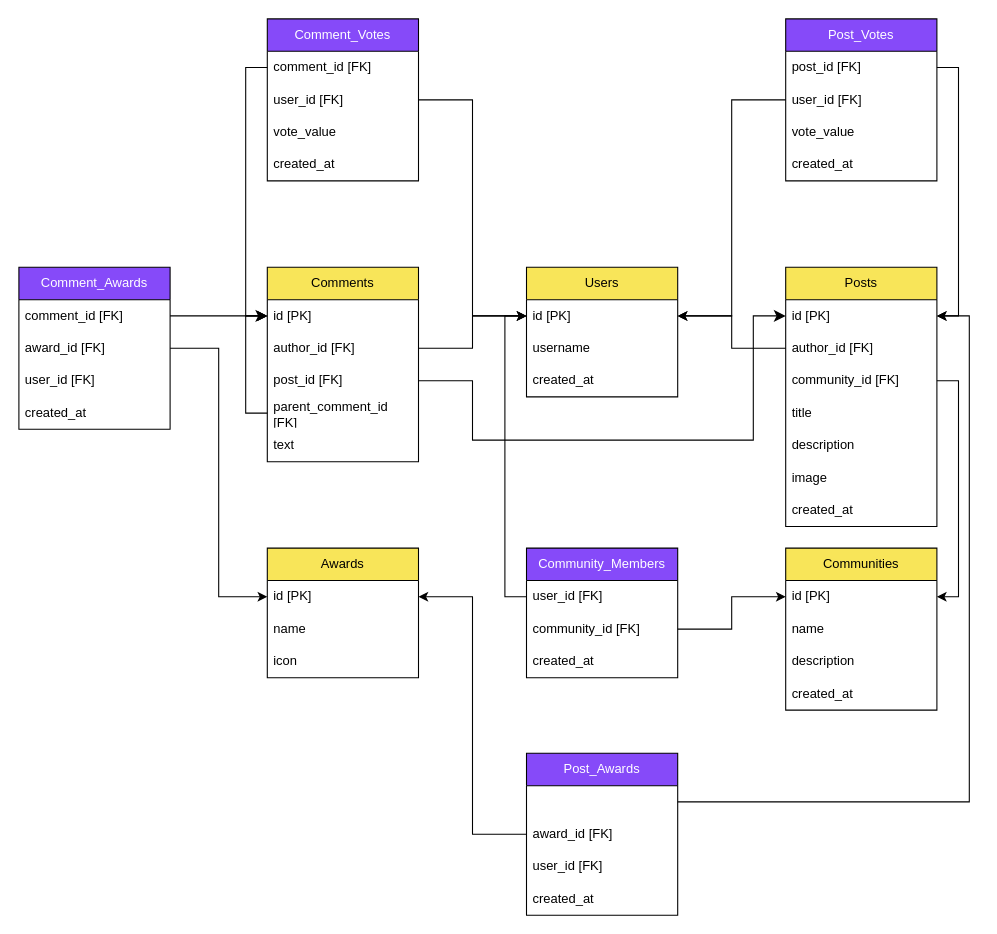
The draw.io diagram model/mini_reddit.drawio in adamrer/mini-reddit, before the edit. Source tidied: cells renumbered, new cells numbered last; positions are measured from the earlier drawing's top-left corner, leaving out a move shared by most shapes. Both pictures are drawn from the tidied source at 108%, with x=0, y=0 at pixel (18, 18).
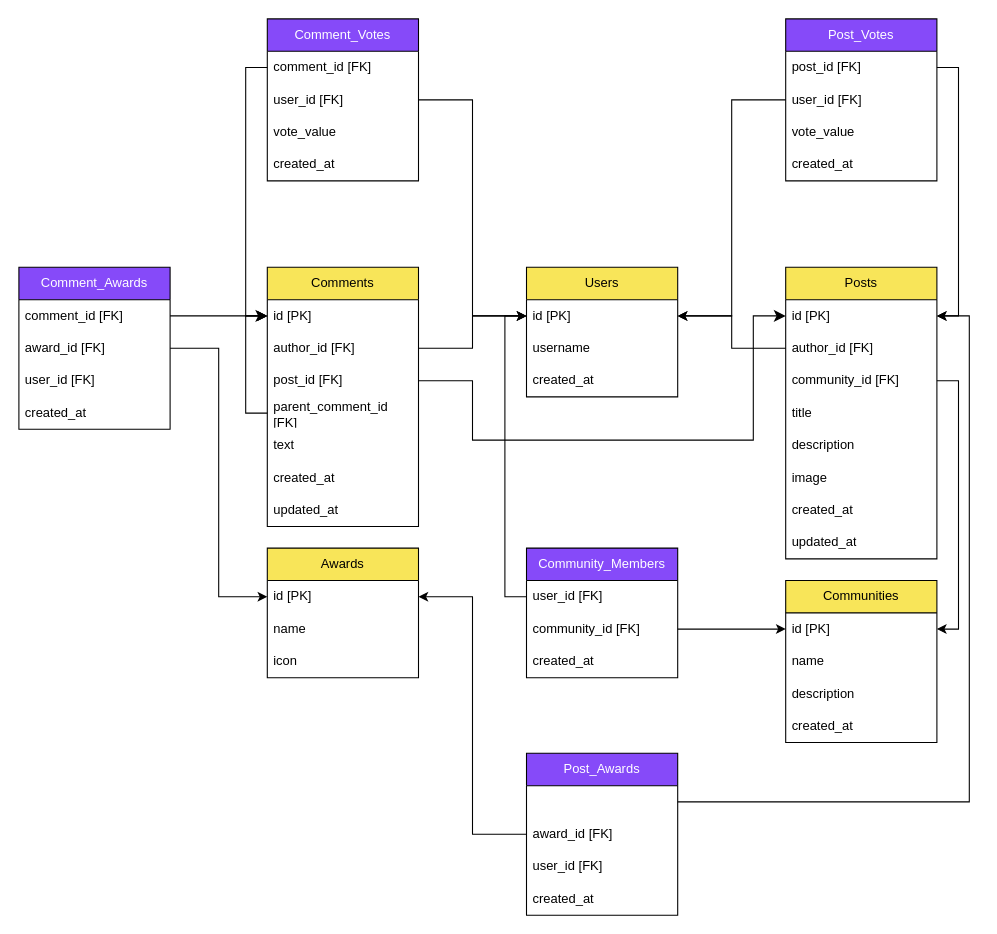
The same diagram, later.

What changed in the source:
```diff
@@
     <mxCell id="2" value="Comments" style="swimlane;fontStyle=0;horizontal=1;startSize=30;whiteSpace=wrap;html=1;fillColor=light-dark(#f8e559, #F8E559);fontColor=light-dark(#000000,#000000);" parent="1" vertex="1">
-      <mxGeometry x="230" y="230" width="140" height="180" as="geometry" />
+      <mxGeometry x="230" y="230" width="140" height="240" as="geometry" />
     </mxCell>
@@
+    <mxCell id="68" value="created_at" style="text;strokeColor=none;fillColor=none;align=left;verticalAlign=middle;spacingLeft=4;spacingRight=4;overflow=hidden;whiteSpace=wrap;html=1;" parent="2" vertex="1">
+      <mxGeometry y="180" width="140" height="30" as="geometry" />
+    </mxCell>
+    <mxCell id="69" value="updated_at" style="text;strokeColor=none;fillColor=none;align=left;verticalAlign=middle;spacingLeft=4;spacingRight=4;overflow=hidden;whiteSpace=wrap;html=1;" parent="2" vertex="1">
+      <mxGeometry y="210" width="140" height="30" as="geometry" />
+    </mxCell>
@@
     <mxCell id="13" value="Posts" style="swimlane;fontStyle=0;horizontal=1;startSize=30;whiteSpace=wrap;html=1;fillColor=light-dark(#f8e559, #F8E559);fontColor=light-dark(#000000,#000000);" parent="1" vertex="1">
-      <mxGeometry x="710" y="230" width="140" height="240" as="geometry" />
+      <mxGeometry x="710" y="230" width="140" height="270" as="geometry" />
     </mxCell>
@@
+    <mxCell id="70" value="updated_at" style="text;strokeColor=none;fillColor=none;align=left;verticalAlign=middle;spacingLeft=4;spacingRight=4;overflow=hidden;whiteSpace=wrap;html=1;" parent="13" vertex="1">
+      <mxGeometry y="240" width="140" height="30" as="geometry" />
+    </mxCell>
     <mxCell id="21" value="Communities" style="swimlane;fontStyle=0;horizontal=1;startSize=30;whiteSpace=wrap;html=1;fillColor=light-dark(#f8e559, #F8E559);fontColor=light-dark(#000000,#000000);" parent="1" vertex="1">
-      <mxGeometry x="710" y="490" width="140" height="150" as="geometry" />
+      <mxGeometry x="710" y="520" width="140" height="150" as="geometry" />
     </mxCell>
```
